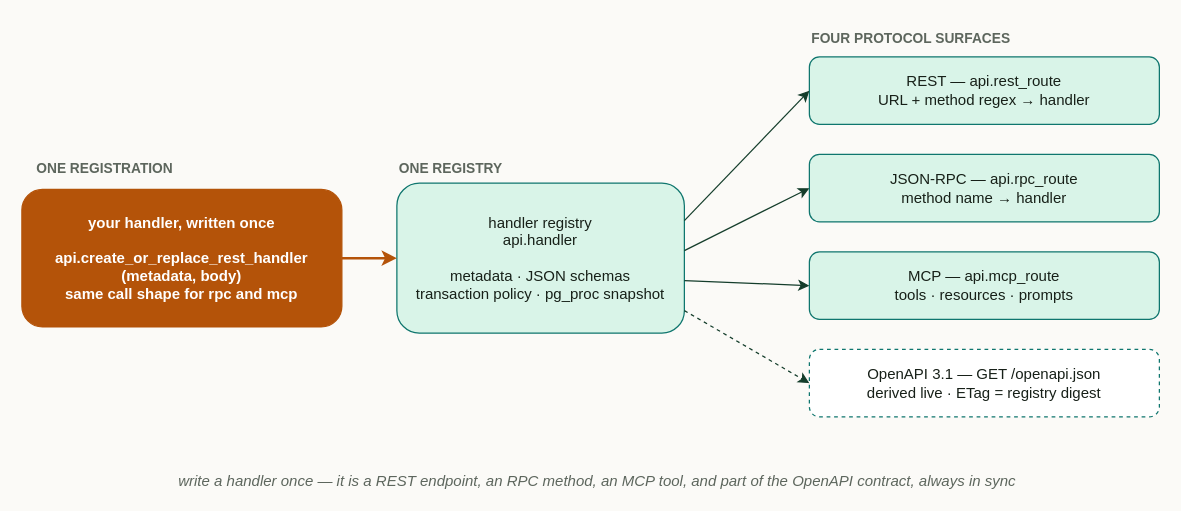
The draw.io diagram docs/diagrams/d11-one-registry-many-protocols.drawio in vvka-141/pgmi, before the edit. Source tidied: cells renumbered, new cells numbered last; positions are measured from the earlier drawing's top-left corner, leaving out a move shared by most shapes. Both pictures are drawn from the tidied source at 125%, with x=0, y=0 at pixel (21, 21).
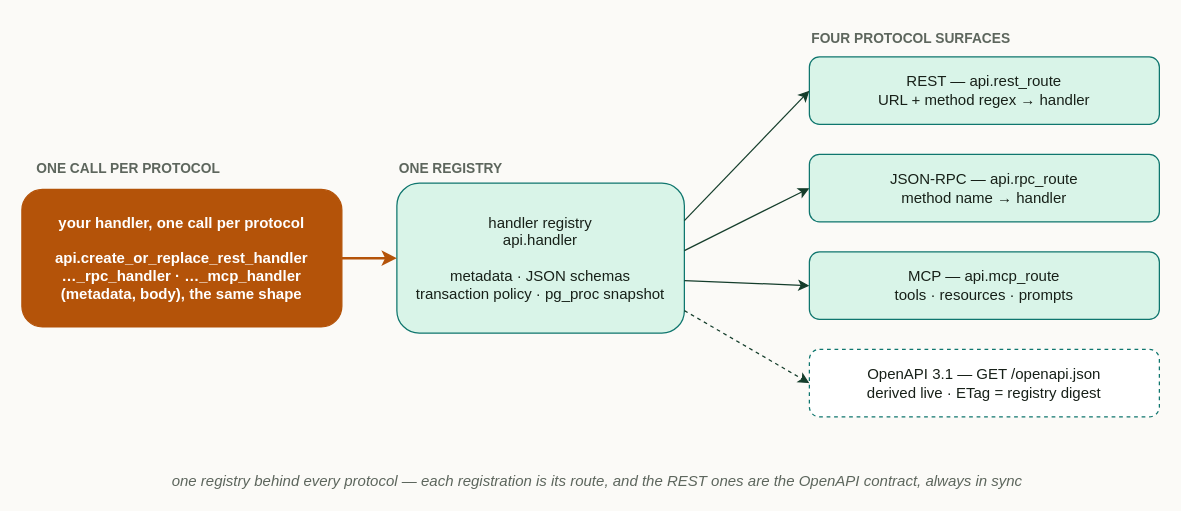
The same page after the edit.

What changed in the source:
```diff
@@
 <mxGraphModel background="#fbfaf7">
   <root>
     <mxCell id="0" />
     <mxCell id="1" parent="0" />
-    <mxCell id="2" value="ONE REGISTRATION" style="text;html=1;align=left;fontStyle=1;fontSize=11;fontColor=#5d665d;" parent="1" vertex="1">
+    <mxCell id="2" value="ONE CALL PER PROTOCOL" style="text;html=1;align=left;fontStyle=1;fontSize=11;fontColor=#5d665d;" parent="1" vertex="1">
       <mxGeometry x="10" y="104" width="200" height="20" as="geometry" />
     </mxCell>
     <mxCell id="3" value="ONE REGISTRY" style="text;html=1;align=left;fontStyle=1;fontSize=11;fontColor=#5d665d;" parent="1" vertex="1">
       <mxGeometry x="300" y="104" width="200" height="20" as="geometry" />
     </mxCell>
     <mxCell id="4" value="FOUR PROTOCOL SURFACES" style="text;html=1;align=left;fontStyle=1;fontSize=11;fontColor=#5d665d;" parent="1" vertex="1">
       <mxGeometry x="630" width="280" height="20" as="geometry" />
     </mxCell>
-    <mxCell id="5" value="your handler, written once&#10;&#10;api.create_or_replace_rest_handler&#10;(metadata, body)&#10;same call shape for rpc and mcp" style="rounded=1;whiteSpace=wrap;html=1;fillColor=#b45309;strokeColor=#b45309;fontColor=#ffffff;fontStyle=1;fontSize=12;" parent="1" vertex="1">
+    <mxCell id="5" value="your handler, one call per protocol&#10;&#10;api.create_or_replace_rest_handler&#10;…_rpc_handler · …_mcp_handler&#10;(metadata, body), the same shape" style="rounded=1;whiteSpace=wrap;html=1;fillColor=#b45309;strokeColor=#b45309;fontColor=#ffffff;fontStyle=1;fontSize=12;" parent="1" vertex="1">
       <mxGeometry y="134" width="256" height="110" as="geometry" />
     </mxCell>
     <mxCell id="6" value="handler registry&#10;api.handler&#10;&#10;metadata · JSON schemas&#10;transaction policy · pg_proc snapshot" style="rounded=1;whiteSpace=wrap;html=1;fillColor=#d9f4e8;strokeColor=#0f766e;fontColor=#172018;fontSize=12;" parent="1" vertex="1">
       <mxGeometry x="300" y="129" width="230" height="120" as="geometry" />
     </mxCell>
     <mxCell id="7" style="html=1;endArrow=classic;strokeColor=#b45309;strokeWidth=2;exitX=1;exitY=0.5;entryX=0;entryY=0.5;" parent="1" edge="1" source="5" target="6">
       <mxGeometry relative="1" as="geometry" />
     </mxCell>
     <mxCell id="8" value="REST — api.rest_route&#10;URL + method regex → handler" style="rounded=1;whiteSpace=wrap;html=1;fillColor=#d9f4e8;strokeColor=#0f766e;fontColor=#172018;fontSize=12;" parent="1" vertex="1">
       <mxGeometry x="630" y="28" width="280" height="54" as="geometry" />
     </mxCell>
     <mxCell id="9" value="JSON-RPC — api.rpc_route&#10;method name → handler" style="rounded=1;whiteSpace=wrap;html=1;fillColor=#d9f4e8;strokeColor=#0f766e;fontColor=#172018;fontSize=12;" parent="1" vertex="1">
       <mxGeometry x="630" y="106" width="280" height="54" as="geometry" />
     </mxCell>
     <mxCell id="10" value="MCP — api.mcp_route&#10;tools · resources · prompts" style="rounded=1;whiteSpace=wrap;html=1;fillColor=#d9f4e8;strokeColor=#0f766e;fontColor=#172018;fontSize=12;" parent="1" vertex="1">
       <mxGeometry x="630" y="184" width="280" height="54" as="geometry" />
     </mxCell>
     <mxCell id="11" value="OpenAPI 3.1 — GET /openapi.json&#10;derived live · ETag = registry digest" style="rounded=1;whiteSpace=wrap;html=1;fillColor=#ffffff;strokeColor=#0f766e;dashed=1;fontColor=#172018;fontSize=12;" parent="1" vertex="1">
       <mxGeometry x="630" y="262" width="280" height="54" as="geometry" />
     </mxCell>
     <mxCell id="12" style="html=1;endArrow=classic;strokeColor=#143d2b;exitX=1;exitY=0.25;entryX=0;entryY=0.5;" parent="1" edge="1" source="6" target="8">
       <mxGeometry relative="1" as="geometry" />
     </mxCell>
     <mxCell id="13" style="html=1;endArrow=classic;strokeColor=#143d2b;exitX=1;exitY=0.45;entryX=0;entryY=0.5;" parent="1" edge="1" source="6" target="9">
       <mxGeometry relative="1" as="geometry" />
     </mxCell>
     <mxCell id="14" style="html=1;endArrow=classic;strokeColor=#143d2b;exitX=1;exitY=0.65;entryX=0;entryY=0.5;" parent="1" edge="1" source="6" target="10">
       <mxGeometry relative="1" as="geometry" />
     </mxCell>
     <mxCell id="15" style="html=1;endArrow=classic;strokeColor=#143d2b;dashed=1;exitX=1;exitY=0.85;entryX=0;entryY=0.5;" parent="1" edge="1" source="6" target="11">
       <mxGeometry relative="1" as="geometry" />
     </mxCell>
-    <mxCell id="16" value="write a handler once — it is a REST endpoint, an RPC method, an MCP tool, and part of the OpenAPI contract, always in sync" style="text;html=1;align=center;fontStyle=2;fontSize=12;fontColor=#5d665d;" parent="1" vertex="1">
+    <mxCell id="16" value="one registry behind every protocol — each registration is its route, and the REST ones are the OpenAPI contract, always in sync" style="text;html=1;align=center;fontStyle=2;fontSize=12;fontColor=#5d665d;" parent="1" vertex="1">
       <mxGeometry x="110" y="354" width="700" height="20" as="geometry" />
     </mxCell>
   </root>
 </mxGraphModel>
```
